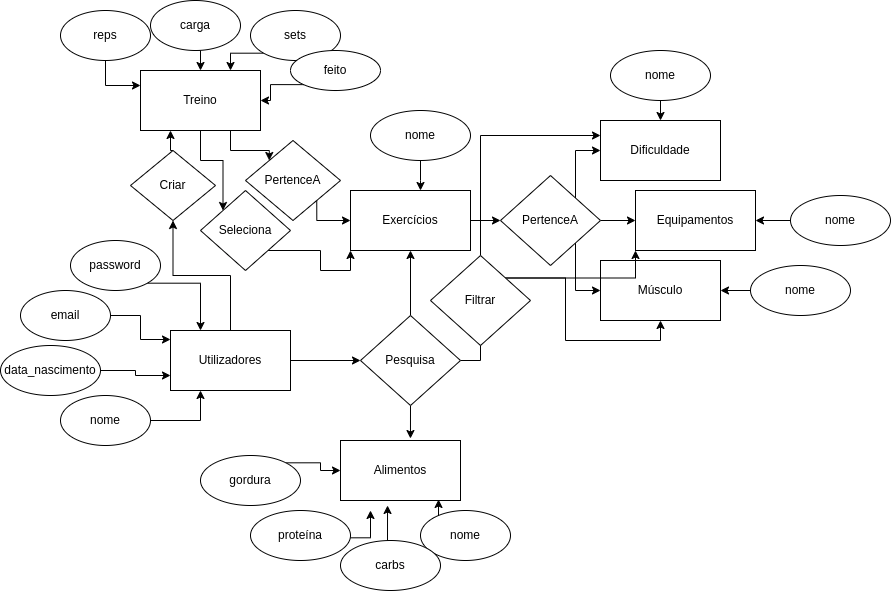
Before: docs/imgs/BrowseMuscle.drawio.png, a diagram exported from draw.io (tskxz/BrowseMuscle). Source tidied: cells renumbered, new cells last; positions are measured from the earlier drawing's top-left corner, leaving out a move shared by most shapes.
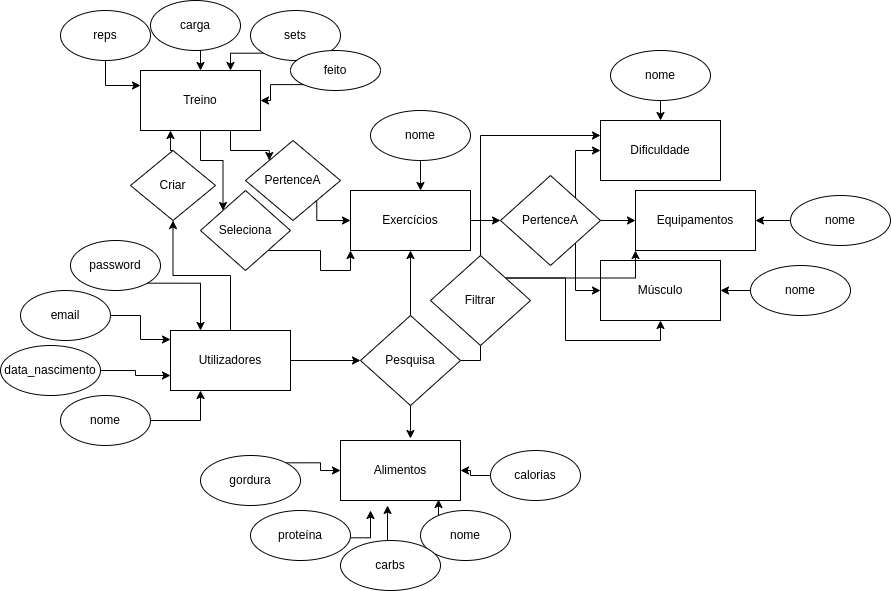
The same diagram one commit later.

The edit, as a diff of the source:
```diff
@@ -202,5 +202,11 @@
     <mxCell id="63" value="Filtrar" style="rhombus;whiteSpace=wrap;html=1;" parent="1" vertex="1">
       <mxGeometry x="430" y="255" width="100" height="90" as="geometry" />
     </mxCell>
+    <mxCell id="64" style="edgeStyle=orthogonalEdgeStyle;rounded=0;jettySize=auto;html=1;exitX=0;exitY=0.5;exitDx=0;exitDy=0;" parent="1" edge="1" source="65" target="22">
+      <mxGeometry relative="1" as="geometry" />
+    </mxCell>
+    <mxCell id="65" value="calorias" style="ellipse;whiteSpace=wrap;html=1;" parent="1" vertex="1">
+      <mxGeometry x="490" y="450" width="90" height="50" as="geometry" />
+    </mxCell>
   </root>
 </mxGraphModel>
```
